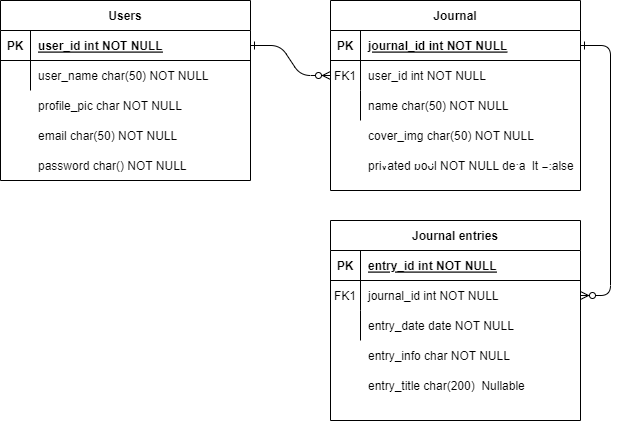
Before: Verbosity.drawio.png, a diagram exported from draw.io (GabrielleHandy/Verbosity). Source tidied: cells renumbered, new cells last; positions are measured from the earlier drawing's top-left corner, leaving out a move shared by most shapes. The source it was exported from:
```xml
<mxGraphModel>
  <root>
    <mxCell id="0" />
    <mxCell id="1" parent="0" />
    <mxCell id="2" style="edgeStyle=entityRelationEdgeStyle;endArrow=ERzeroToMany;startArrow=ERone;endFill=1;startFill=0;" parent="1" edge="1" source="25" target="8">
      <mxGeometry relative="1" as="geometry" />
    </mxCell>
    <mxCell id="3" style="edgeStyle=entityRelationEdgeStyle;endArrow=ERzeroToMany;startArrow=ERone;endFill=1;startFill=0;" parent="1" edge="1" source="5" target="18">
      <mxGeometry relative="1" as="geometry" />
    </mxCell>
    <mxCell id="4" value="Journal" style="shape=table;startSize=30;rowLines=0;fontStyle=1;align=center;" parent="1" vertex="1">
      <mxGeometry x="330" width="250" height="190" as="geometry" />
    </mxCell>
    <mxCell id="5" style="shape=partialRectangle;fillColor=none;points=[[0,0.5],[1,0.5]];portConstraint=eastwest;top=0;left=0;right=0;bottom=1;" parent="4" vertex="1">
      <mxGeometry y="30" width="250" height="30" as="geometry" />
    </mxCell>
    <mxCell id="6" value="PK" style="shape=partialRectangle;overflow=hidden;fillColor=none;top=0;left=0;bottom=0;right=0;fontStyle=1;" parent="5" vertex="1">
      <mxGeometry width="30" height="30" as="geometry" />
    </mxCell>
    <mxCell id="7" value="journal_id int NOT NULL " style="shape=partialRectangle;overflow=hidden;fillColor=none;top=0;left=0;bottom=0;right=0;align=left;spacingLeft=6;fontStyle=5;" parent="5" vertex="1">
      <mxGeometry x="30" width="220" height="30" as="geometry" />
    </mxCell>
    <mxCell id="8" style="shape=partialRectangle;fillColor=none;points=[[0,0.5],[1,0.5]];portConstraint=eastwest;top=0;left=0;right=0;bottom=0;" parent="4" vertex="1">
      <mxGeometry y="60" width="250" height="30" as="geometry" />
    </mxCell>
    <mxCell id="9" value="FK1" style="shape=partialRectangle;overflow=hidden;fillColor=none;top=0;left=0;bottom=0;right=0;" parent="8" vertex="1">
      <mxGeometry width="30" height="30" as="geometry" />
    </mxCell>
    <mxCell id="10" value="user_id int NOT NULL" style="shape=partialRectangle;overflow=hidden;fillColor=none;top=0;left=0;bottom=0;right=0;align=left;spacingLeft=6;" parent="8" vertex="1">
      <mxGeometry x="30" width="220" height="30" as="geometry" />
    </mxCell>
    <mxCell id="11" style="shape=partialRectangle;fillColor=none;top=0;left=0;right=0;bottom=0;" parent="4" vertex="1">
      <mxGeometry y="90" width="250" height="30" as="geometry" />
    </mxCell>
    <mxCell id="12" style="shape=partialRectangle;overflow=hidden;fillColor=none;top=0;left=0;bottom=0;right=0;" parent="11" vertex="1">
      <mxGeometry width="30" height="30" as="geometry" />
    </mxCell>
    <mxCell id="13" value="name char(50) NOT NULL" style="shape=partialRectangle;overflow=hidden;fillColor=none;top=0;left=0;bottom=0;right=0;align=left;spacingLeft=6;" parent="11" vertex="1">
      <mxGeometry x="30" width="220" height="30" as="geometry" />
    </mxCell>
    <mxCell id="14" value="Journal entries" style="shape=table;startSize=30;rowLines=0;fontStyle=1;align=center;" parent="1" vertex="1">
      <mxGeometry x="330" y="220" width="250" height="200" as="geometry" />
    </mxCell>
    <mxCell id="15" style="shape=partialRectangle;fillColor=none;top=0;left=0;right=0;bottom=1;" parent="14" vertex="1">
      <mxGeometry y="30" width="250" height="30" as="geometry" />
    </mxCell>
    <mxCell id="16" value="PK" style="shape=partialRectangle;overflow=hidden;fillColor=none;top=0;left=0;bottom=0;right=0;fontStyle=1;" parent="15" vertex="1">
      <mxGeometry width="30" height="30" as="geometry" />
    </mxCell>
    <mxCell id="17" value="entry_id int NOT NULL " style="shape=partialRectangle;overflow=hidden;fillColor=none;top=0;left=0;bottom=0;right=0;align=left;spacingLeft=6;fontStyle=5;" parent="15" vertex="1">
      <mxGeometry x="30" width="220" height="30" as="geometry" />
    </mxCell>
    <mxCell id="18" style="shape=partialRectangle;fillColor=none;points=[[0,0.5],[1,0.5]];portConstraint=eastwest;top=0;left=0;right=0;bottom=0;" parent="14" vertex="1">
      <mxGeometry y="60" width="250" height="30" as="geometry" />
    </mxCell>
    <mxCell id="19" value="FK1" style="shape=partialRectangle;overflow=hidden;fillColor=none;top=0;left=0;bottom=0;right=0;" parent="18" vertex="1">
      <mxGeometry width="30" height="30" as="geometry" />
    </mxCell>
    <mxCell id="20" value="journal_id int NOT NULL" style="shape=partialRectangle;overflow=hidden;fillColor=none;top=0;left=0;bottom=0;right=0;align=left;spacingLeft=6;" parent="18" vertex="1">
      <mxGeometry x="30" width="220" height="30" as="geometry" />
    </mxCell>
    <mxCell id="21" style="shape=partialRectangle;fillColor=none;top=0;left=0;right=0;bottom=0;" parent="14" vertex="1">
      <mxGeometry y="90" width="250" height="30" as="geometry" />
    </mxCell>
    <mxCell id="22" style="shape=partialRectangle;overflow=hidden;fillColor=none;top=0;left=0;bottom=0;right=0;" parent="21" vertex="1">
      <mxGeometry width="30" height="30" as="geometry" />
    </mxCell>
    <mxCell id="23" value="entry_date date NOT NULL" style="shape=partialRectangle;overflow=hidden;fillColor=none;top=0;left=0;bottom=0;right=0;align=left;spacingLeft=6;" parent="21" vertex="1">
      <mxGeometry x="30" width="220" height="30" as="geometry" />
    </mxCell>
    <mxCell id="24" value="Users" style="shape=table;startSize=30;rowLines=0;fontStyle=1;align=center;" parent="1" vertex="1">
      <mxGeometry width="250" height="180" as="geometry" />
    </mxCell>
    <mxCell id="25" style="shape=partialRectangle;fillColor=none;points=[[0,0.5],[1,0.5]];portConstraint=eastwest;top=0;left=0;right=0;bottom=1;" parent="24" vertex="1">
      <mxGeometry y="30" width="250" height="30" as="geometry" />
    </mxCell>
    <mxCell id="26" value="PK" style="shape=partialRectangle;overflow=hidden;fillColor=none;top=0;left=0;bottom=0;right=0;fontStyle=1;" parent="25" vertex="1">
      <mxGeometry width="30" height="30" as="geometry" />
    </mxCell>
    <mxCell id="27" value="user_id int NOT NULL " style="shape=partialRectangle;overflow=hidden;fillColor=none;top=0;left=0;bottom=0;right=0;align=left;spacingLeft=6;fontStyle=5;" parent="25" vertex="1">
      <mxGeometry x="30" width="220" height="30" as="geometry" />
    </mxCell>
    <mxCell id="28" style="shape=partialRectangle;fillColor=none;top=0;left=0;right=0;bottom=0;" parent="24" vertex="1">
      <mxGeometry y="60" width="250" height="30" as="geometry" />
    </mxCell>
    <mxCell id="29" style="shape=partialRectangle;overflow=hidden;fillColor=none;top=0;left=0;bottom=0;right=0;" parent="28" vertex="1">
      <mxGeometry width="30" height="30" as="geometry" />
    </mxCell>
    <mxCell id="30" value="user_name char(50) NOT NULL" style="shape=partialRectangle;overflow=hidden;fillColor=none;top=0;left=0;bottom=0;right=0;align=left;spacingLeft=6;" parent="28" vertex="1">
      <mxGeometry x="30" width="220" height="30" as="geometry" />
    </mxCell>
    <mxCell id="31" value="cover_img char(50) NOT NULL" style="shape=partialRectangle;overflow=hidden;fillColor=none;top=0;left=0;bottom=0;right=0;align=left;spacingLeft=6;" parent="1" vertex="1">
      <mxGeometry x="360" y="120" width="220" height="30" as="geometry" />
    </mxCell>
    <mxCell id="32" value="entry_info char NOT NULL" style="shape=partialRectangle;overflow=hidden;fillColor=none;top=0;left=0;bottom=0;right=0;align=left;spacingLeft=6;" parent="1" vertex="1">
      <mxGeometry x="360" y="340" width="220" height="30" as="geometry" />
    </mxCell>
    <mxCell id="33" value="entry_title char(200)  Nullable" style="shape=partialRectangle;overflow=hidden;fillColor=none;top=0;left=0;bottom=0;right=0;align=left;spacingLeft=6;" parent="1" vertex="1">
      <mxGeometry x="360" y="370" width="220" height="30" as="geometry" />
    </mxCell>
    <mxCell id="34" value="profile_pic char NOT NULL" style="shape=partialRectangle;overflow=hidden;fillColor=none;top=0;left=0;bottom=0;right=0;align=left;spacingLeft=6;" parent="1" vertex="1">
      <mxGeometry x="30" y="90" width="220" height="30" as="geometry" />
    </mxCell>
    <mxCell id="35" style="shape=partialRectangle;overflow=hidden;fillColor=none;top=0;left=0;bottom=0;right=0;align=left;spacingLeft=6;" parent="1" vertex="1">
      <mxGeometry x="30" y="120" width="220" height="30" as="geometry" />
    </mxCell>
    <mxCell id="36" value="email char(50) NOT NULL" style="shape=partialRectangle;overflow=hidden;fillColor=none;top=0;left=0;bottom=0;right=0;align=left;spacingLeft=6;" parent="1" vertex="1">
      <mxGeometry x="30" y="120" width="220" height="30" as="geometry" />
    </mxCell>
    <mxCell id="37" value="password char() NOT NULL" style="shape=partialRectangle;overflow=hidden;fillColor=none;top=0;left=0;bottom=0;right=0;align=left;spacingLeft=6;" parent="1" vertex="1">
      <mxGeometry x="30" y="150" width="220" height="30" as="geometry" />
    </mxCell>
    <mxCell id="38" value="privated bool NOT NULL default =false" style="shape=partialRectangle;overflow=hidden;fillColor=none;top=0;left=0;bottom=0;right=0;align=left;spacingLeft=6;" parent="1" vertex="1">
      <mxGeometry x="360" y="150" width="220" height="30" as="geometry" />
    </mxCell>
  </root>
</mxGraphModel>
```
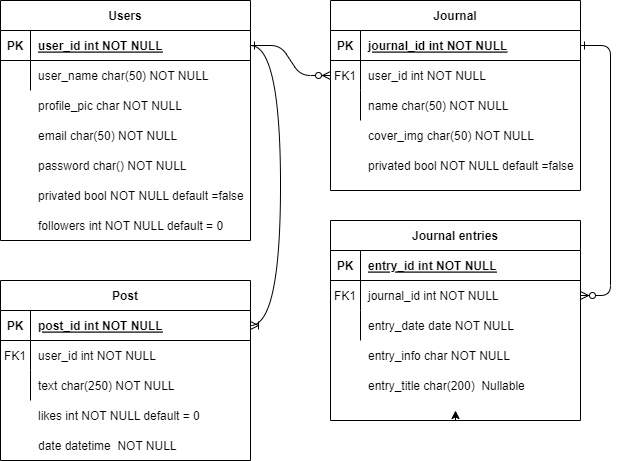
The same file after the commit.

The edit, as a diff of the source:
```diff
@@ -38,6 +38,11 @@
     <mxCell id="13" value="name char(50) NOT NULL" style="shape=partialRectangle;overflow=hidden;fillColor=none;top=0;left=0;bottom=0;right=0;align=left;spacingLeft=6;" parent="11" vertex="1">
       <mxGeometry x="30" width="220" height="30" as="geometry" />
     </mxCell>
+    <mxCell id="39" style="edgeStyle=orthogonalEdgeStyle;curved=1;jettySize=auto;html=1;exitX=0.5;exitY=1;exitDx=0;exitDy=0;endSize=6;strokeWidth=1;" parent="1" edge="1" source="14">
+      <mxGeometry relative="1" as="geometry">
+        <mxPoint x="455" y="410" as="targetPoint" />
+      </mxGeometry>
+    </mxCell>
     <mxCell id="14" value="Journal entries" style="shape=table;startSize=30;rowLines=0;fontStyle=1;align=center;" parent="1" vertex="1">
       <mxGeometry x="330" y="220" width="250" height="200" as="geometry" />
     </mxCell>
@@ -69,7 +74,7 @@
       <mxGeometry x="30" width="220" height="30" as="geometry" />
     </mxCell>
     <mxCell id="24" value="Users" style="shape=table;startSize=30;rowLines=0;fontStyle=1;align=center;" parent="1" vertex="1">
-      <mxGeometry width="250" height="180" as="geometry" />
+      <mxGeometry width="250" height="240" as="geometry" />
     </mxCell>
     <mxCell id="25" style="shape=partialRectangle;fillColor=none;points=[[0,0.5],[1,0.5]];portConstraint=eastwest;top=0;left=0;right=0;bottom=1;" parent="24" vertex="1">
       <mxGeometry y="30" width="250" height="30" as="geometry" />
@@ -113,5 +118,50 @@
     <mxCell id="38" value="privated bool NOT NULL default =false" style="shape=partialRectangle;overflow=hidden;fillColor=none;top=0;left=0;bottom=0;right=0;align=left;spacingLeft=6;" parent="1" vertex="1">
       <mxGeometry x="360" y="150" width="220" height="30" as="geometry" />
     </mxCell>
+    <mxCell id="40" value="privated bool NOT NULL default =false" style="shape=partialRectangle;overflow=hidden;fillColor=none;top=0;left=0;bottom=0;right=0;align=left;spacingLeft=6;" parent="1" vertex="1">
+      <mxGeometry x="30" y="180" width="220" height="30" as="geometry" />
+    </mxCell>
+    <mxCell id="41" value="followers int NOT NULL default = 0" style="shape=partialRectangle;overflow=hidden;fillColor=none;top=0;left=0;bottom=0;right=0;align=left;spacingLeft=6;" parent="1" vertex="1">
+      <mxGeometry x="30" y="210" width="220" height="30" as="geometry" />
+    </mxCell>
+    <mxCell id="42" value="Post" style="shape=table;startSize=30;rowLines=0;fontStyle=1;align=center;" parent="1" vertex="1">
+      <mxGeometry y="280" width="250" height="180" as="geometry" />
+    </mxCell>
+    <mxCell id="43" style="shape=partialRectangle;fillColor=none;points=[[0,0.5],[1,0.5]];portConstraint=eastwest;top=0;left=0;right=0;bottom=1;" parent="42" vertex="1">
+      <mxGeometry y="30" width="250" height="30" as="geometry" />
+    </mxCell>
+    <mxCell id="44" value="PK" style="shape=partialRectangle;overflow=hidden;fillColor=none;top=0;left=0;bottom=0;right=0;fontStyle=1;" parent="43" vertex="1">
+      <mxGeometry width="30" height="30" as="geometry" />
+    </mxCell>
+    <mxCell id="45" value="post_id int NOT NULL " style="shape=partialRectangle;overflow=hidden;fillColor=none;top=0;left=0;bottom=0;right=0;align=left;spacingLeft=6;fontStyle=5;" parent="43" vertex="1">
+      <mxGeometry x="30" width="220" height="30" as="geometry" />
+    </mxCell>
+    <mxCell id="46" style="shape=partialRectangle;fillColor=none;top=0;left=0;right=0;bottom=0;" parent="42" vertex="1">
+      <mxGeometry y="60" width="250" height="30" as="geometry" />
+    </mxCell>
+    <mxCell id="47" value="FK1" style="shape=partialRectangle;overflow=hidden;fillColor=none;top=0;left=0;bottom=0;right=0;" parent="46" vertex="1">
+      <mxGeometry width="30" height="30" as="geometry" />
+    </mxCell>
+    <mxCell id="48" value="user_id int NOT NULL" style="shape=partialRectangle;overflow=hidden;fillColor=none;top=0;left=0;bottom=0;right=0;align=left;spacingLeft=6;" parent="46" vertex="1">
+      <mxGeometry x="30" width="220" height="30" as="geometry" />
+    </mxCell>
+    <mxCell id="49" style="shape=partialRectangle;fillColor=none;top=0;left=0;right=0;bottom=0;" parent="42" vertex="1">
+      <mxGeometry y="90" width="250" height="30" as="geometry" />
+    </mxCell>
+    <mxCell id="50" style="shape=partialRectangle;overflow=hidden;fillColor=none;top=0;left=0;bottom=0;right=0;" parent="49" vertex="1">
+      <mxGeometry width="30" height="30" as="geometry" />
+    </mxCell>
+    <mxCell id="51" value="text char(250) NOT NULL" style="shape=partialRectangle;overflow=hidden;fillColor=none;top=0;left=0;bottom=0;right=0;align=left;spacingLeft=6;" parent="49" vertex="1">
+      <mxGeometry x="30" width="220" height="30" as="geometry" />
+    </mxCell>
+    <mxCell id="52" style="edgeStyle=entityRelationEdgeStyle;fontSize=12;html=1;endArrow=ERoneToMany;endSize=6;strokeWidth=1;curved=1;entryX=1;entryY=0.5;entryDx=0;entryDy=0;" parent="1" edge="1" source="25" target="43">
+      <mxGeometry relative="1" as="geometry" />
+    </mxCell>
+    <mxCell id="53" value="likes int NOT NULL default = 0" style="shape=partialRectangle;overflow=hidden;fillColor=none;top=0;left=0;bottom=0;right=0;align=left;spacingLeft=6;" parent="1" vertex="1">
+      <mxGeometry x="30" y="400" width="220" height="30" as="geometry" />
+    </mxCell>
+    <mxCell id="54" value="date datetime  NOT NULL" style="shape=partialRectangle;overflow=hidden;fillColor=none;top=0;left=0;bottom=0;right=0;align=left;spacingLeft=6;" parent="1" vertex="1">
+      <mxGeometry x="30" y="430" width="220" height="30" as="geometry" />
+    </mxCell>
   </root>
 </mxGraphModel>
```
